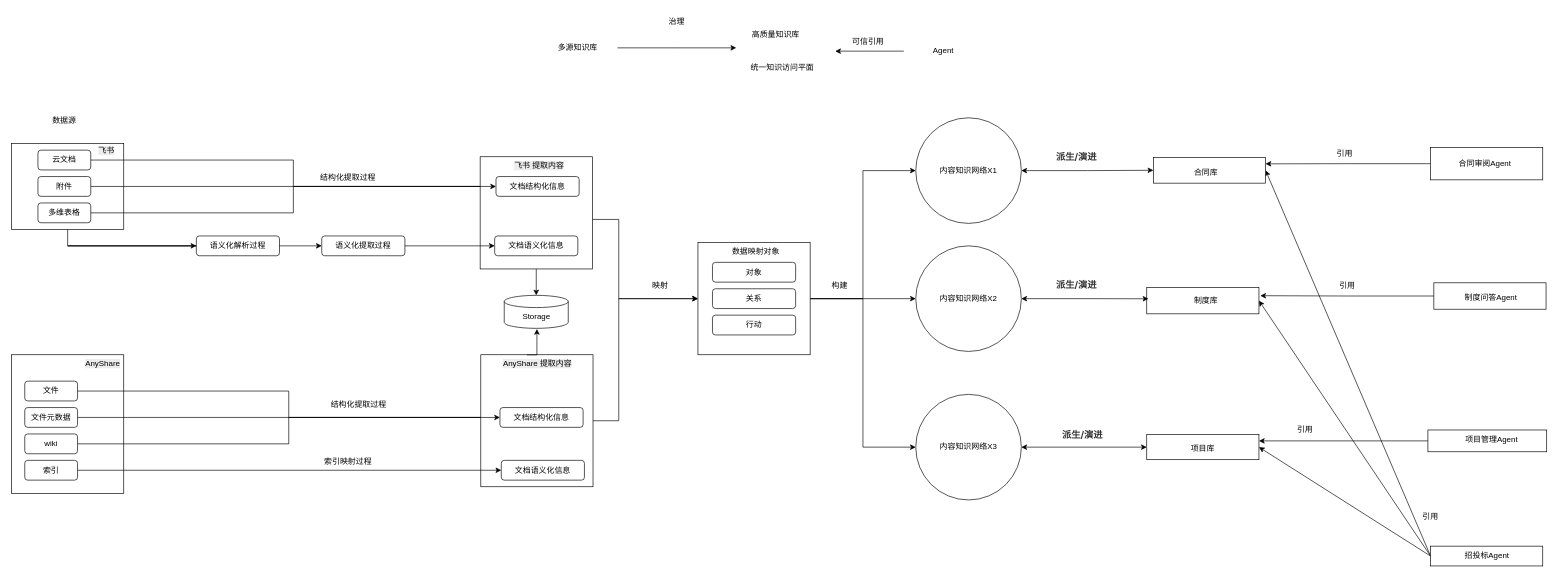
redpoppet/drawio_hub keeps this draw.io diagram as kcenter_agent_back.drawio. Above is the earlier version. Source tidied: cells renumbered, new cells numbered last; positions are measured from the earlier drawing's top-left corner, leaving out a move shared by most shapes. Both pictures are drawn from the tidied source at 66%, with x=0, y=0 at pixel (11, 11).
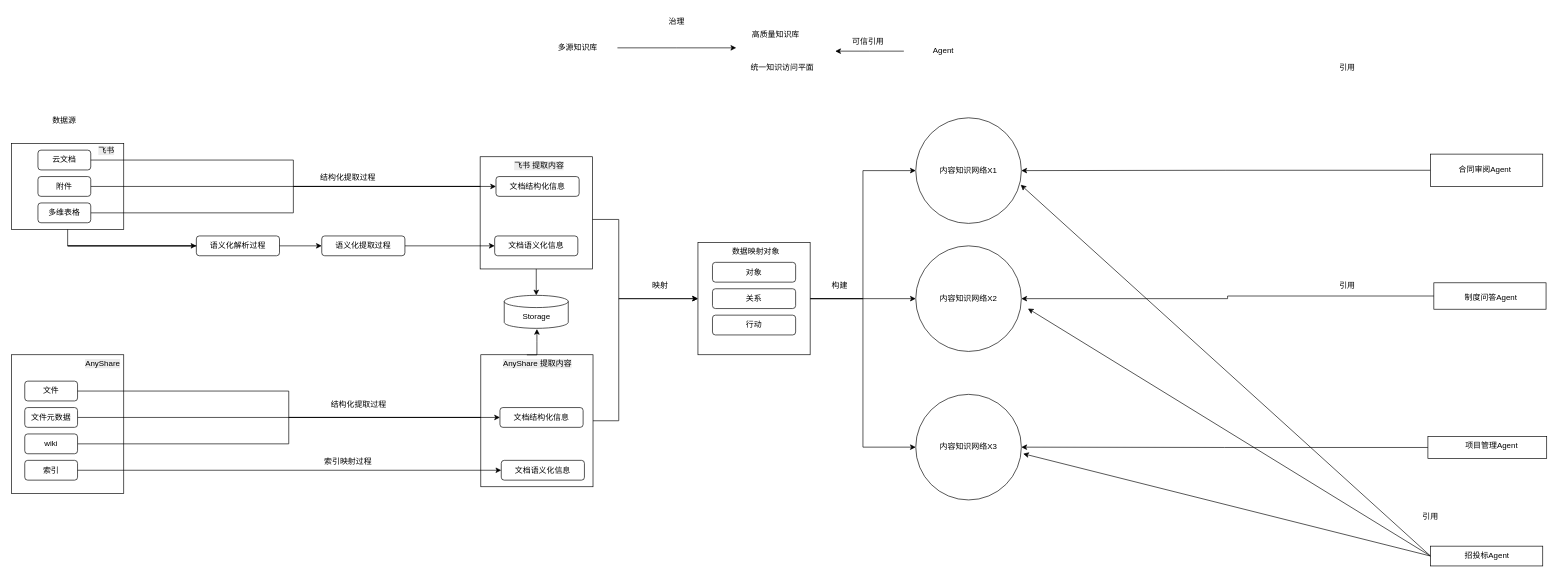
Above is the later version.

The change refers to these unchanged cells:
```xml
<mxCell id="7" value="内容知识网络X1" style="ellipse;whiteSpace=wrap;html=1;" parent="1" vertex="1">
  <mxGeometry x="1370" y="161" width="160" height="160" as="geometry" />
</mxCell>
<mxCell id="47" value="内容知识网络X2" style="ellipse;whiteSpace=wrap;html=1;" parent="1" vertex="1">
  <mxGeometry x="1370" y="355" width="160" height="160" as="geometry" />
</mxCell>
<mxCell id="49" value="内容知识网络X3" style="ellipse;whiteSpace=wrap;html=1;" parent="1" vertex="1">
  <mxGeometry x="1370" y="580" width="160" height="160" as="geometry" />
</mxCell>
<mxCell id="53" style="rounded=0;whiteSpace=wrap;html=1;" parent="1" vertex="1">
  <mxGeometry x="2155" y="411" width="170" height="40" as="geometry" />
</mxCell>
<mxCell id="59" style="rounded=0;whiteSpace=wrap;html=1;" parent="1" vertex="1">
  <mxGeometry x="2150" y="810" width="170" height="30" as="geometry" />
</mxCell>
```

The edit, as a diff of the source:
```diff
@@
-    <mxCell id="6" style="edgeStyle=orthogonalEdgeStyle;rounded=0;jettySize=auto;html=1;endArrow=classic;endFill=1;startArrow=classic;startFill=1;" parent="1" edge="1" source="7" target="39">
-      <mxGeometry relative="1" as="geometry" />
-    </mxCell>
@@
-    <mxCell id="38" style="rounded=0;jettySize=auto;html=1;entryX=0;entryY=0.5;entryDx=0;entryDy=0;exitX=1;exitY=0.5;exitDx=0;exitDy=0;startArrow=classic;startFill=1;endArrow=none;endFill=0;" parent="1" edge="1" source="39" target="59">
+    <mxCell id="38" style="rounded=0;jettySize=auto;html=1;entryX=0;entryY=0.5;entryDx=0;entryDy=0;exitX=0.994;exitY=0.634;exitDx=0;exitDy=0;startArrow=classic;startFill=1;endArrow=none;endFill=0;exitPerimeter=0;" parent="1" edge="1" source="7" target="59">
       <mxGeometry relative="1" as="geometry" />
     </mxCell>
-    <mxCell id="39" style="rounded=0;whiteSpace=wrap;html=1;" parent="1" vertex="1">
-      <mxGeometry x="1730" y="221" width="170" height="39" as="geometry" />
-    </mxCell>
-    <mxCell id="40" value="&lt;div style=&quot;text-align: center;&quot;&gt;合同库&lt;/div&gt;" style="text;whiteSpace=wrap;html=1;" parent="1" vertex="1">
-      <mxGeometry x="1790" y="230" width="90" height="40" as="geometry" />
-    </mxCell>
-    <mxCell id="41" style="rounded=0;jettySize=auto;html=1;entryX=0;entryY=0.5;entryDx=0;entryDy=0;exitX=1;exitY=0.5;exitDx=0;exitDy=0;startArrow=classic;startFill=1;endArrow=none;endFill=0;" parent="1" edge="1" source="42" target="59">
-      <mxGeometry relative="1" as="geometry" />
+    <mxCell id="41" style="rounded=0;jettySize=auto;html=1;entryX=0;entryY=0.5;entryDx=0;entryDy=0;startArrow=classic;startFill=1;endArrow=none;endFill=0;" parent="1" edge="1" target="59">
+      <mxGeometry relative="1" as="geometry">
+        <mxPoint x="1540" y="450" as="sourcePoint" />
+      </mxGeometry>
     </mxCell>
-    <mxCell id="42" style="rounded=0;whiteSpace=wrap;html=1;" parent="1" vertex="1">
-      <mxGeometry x="1720" y="418" width="170" height="40" as="geometry" />
-    </mxCell>
-    <mxCell id="43" value="&lt;div style=&quot;text-align: center;&quot;&gt;制度库&lt;/div&gt;" style="text;whiteSpace=wrap;html=1;" parent="1" vertex="1">
-      <mxGeometry x="1790" y="424" width="90" height="40" as="geometry" />
-    </mxCell>
-    <mxCell id="44" style="rounded=0;jettySize=auto;html=1;entryX=0;entryY=0.5;entryDx=0;entryDy=0;exitX=1;exitY=0.5;exitDx=0;exitDy=0;startArrow=classic;startFill=1;endArrow=none;endFill=0;" parent="1" edge="1" source="45" target="59">
+    <mxCell id="44" style="rounded=0;jettySize=auto;html=1;entryX=0;entryY=0.5;entryDx=0;entryDy=0;exitX=1.017;exitY=0.562;exitDx=0;exitDy=0;startArrow=classic;startFill=1;endArrow=none;endFill=0;exitPerimeter=0;" parent="1" edge="1" source="49" target="59">
       <mxGeometry relative="1" as="geometry" />
     </mxCell>
-    <mxCell id="45" style="rounded=0;whiteSpace=wrap;html=1;" parent="1" vertex="1">
-      <mxGeometry x="1720" y="641" width="170" height="38" as="geometry" />
-    </mxCell>
-    <mxCell id="46" value="&lt;div style=&quot;text-align: center;&quot;&gt;项目库&lt;/div&gt;" style="text;whiteSpace=wrap;html=1;" parent="1" vertex="1">
-      <mxGeometry x="1785" y="648" width="90" height="40" as="geometry" />
-    </mxCell>
@@
-    <mxCell id="48" style="edgeStyle=orthogonalEdgeStyle;rounded=0;jettySize=auto;html=1;startArrow=classic;startFill=1;" parent="1" edge="1" source="49" target="45">
-      <mxGeometry relative="1" as="geometry" />
-    </mxCell>
@@
-    <mxCell id="50" style="edgeStyle=orthogonalEdgeStyle;rounded=0;jettySize=auto;html=1;entryX=1;entryY=0.25;entryDx=0;entryDy=0;" parent="1" edge="1" source="51" target="39">
+    <mxCell id="50" style="edgeStyle=orthogonalEdgeStyle;rounded=0;jettySize=auto;html=1;entryX=1;entryY=0.5;entryDx=0;entryDy=0;" parent="1" edge="1" source="51" target="7">
       <mxGeometry relative="1" as="geometry" />
     </mxCell>
     <mxCell id="51" style="rounded=0;whiteSpace=wrap;html=1;" parent="1" vertex="1">
-      <mxGeometry x="2150" y="206" width="170" height="49" as="geometry" />
+      <mxGeometry x="2150" y="216" width="170" height="49" as="geometry" />
     </mxCell>
     <mxCell id="52" value="&lt;div style=&quot;text-align: center;&quot;&gt;合同审阅Agent&lt;/div&gt;" style="text;whiteSpace=wrap;html=1;" parent="1" vertex="1">
-      <mxGeometry x="2191" y="216" width="90" height="40" as="geometry" />
+      <mxGeometry x="2191" y="226" width="90" height="40" as="geometry" />
     </mxCell>
@@
-    <mxCell id="55" style="edgeStyle=orthogonalEdgeStyle;rounded=0;jettySize=auto;html=1;entryX=1;entryY=0.25;entryDx=0;entryDy=0;" parent="1" edge="1" source="56" target="45">
+    <mxCell id="55" style="edgeStyle=orthogonalEdgeStyle;rounded=0;jettySize=auto;html=1;entryX=1;entryY=0.5;entryDx=0;entryDy=0;" parent="1" edge="1" source="56" target="49">
       <mxGeometry relative="1" as="geometry" />
     </mxCell>
     <mxCell id="56" style="rounded=0;whiteSpace=wrap;html=1;" parent="1" vertex="1">
-      <mxGeometry x="2146" y="634" width="180" height="33" as="geometry" />
+      <mxGeometry x="2146" y="644" width="180" height="33" as="geometry" />
     </mxCell>
     <mxCell id="57" value="&lt;div style=&quot;text-align: center;&quot;&gt;项目管理Agent&lt;/div&gt;" style="text;whiteSpace=wrap;html=1;" parent="1" vertex="1">
-      <mxGeometry x="2201" y="634" width="90" height="40" as="geometry" />
+      <mxGeometry x="2201" y="644" width="90" height="40" as="geometry" />
     </mxCell>
@@
-    <mxCell id="61" style="edgeStyle=orthogonalEdgeStyle;rounded=0;jettySize=auto;html=1;entryX=1.012;entryY=0.313;entryDx=0;entryDy=0;entryPerimeter=0;" parent="1" edge="1" source="53" target="42">
+    <mxCell id="61" style="edgeStyle=orthogonalEdgeStyle;rounded=0;jettySize=auto;html=1;entryX=1;entryY=0.5;entryDx=0;entryDy=0;" parent="1" edge="1" source="53" target="47">
       <mxGeometry relative="1" as="geometry" />
     </mxCell>
-    <mxCell id="62" style="edgeStyle=orthogonalEdgeStyle;rounded=0;jettySize=auto;html=1;entryX=0.015;entryY=0.43;entryDx=0;entryDy=0;entryPerimeter=0;startArrow=classic;startFill=1;" parent="1" edge="1" source="47" target="42">
-      <mxGeometry relative="1" as="geometry" />
-    </mxCell>
@@
     <mxCell id="85" value="引用" style="text;html=1;whiteSpace=wrap;strokeColor=none;fillColor=none;align=center;verticalAlign=middle;rounded=0;" parent="1" vertex="1">
-      <mxGeometry x="1990" y="200" width="60" height="30" as="geometry" />
+      <mxGeometry x="1994" y="70" width="60" height="30" as="geometry" />
     </mxCell>
@@
-    <mxCell id="87" value="引用" style="text;html=1;whiteSpace=wrap;strokeColor=none;fillColor=none;align=center;verticalAlign=middle;rounded=0;" parent="1" vertex="1">
-      <mxGeometry x="1930" y="618" width="60" height="30" as="geometry" />
-    </mxCell>
@@
-    <mxCell id="91" value="&lt;strong style=&quot;margin: 0px; box-sizing: border-box; caret-color: rgba(26, 26, 26, 0.88); color: rgba(26, 26, 26, 0.88); font-family: -apple-system, BlinkMacSystemFont, &amp;quot;Segoe UI&amp;quot;, Roboto, &amp;quot;Helvetica Neue&amp;quot;, Arial, &amp;quot;Noto Sans&amp;quot;, sans-serif, &amp;quot;Apple Color Emoji&amp;quot;, &amp;quot;Segoe UI Emoji&amp;quot;, &amp;quot;Segoe UI Symbol&amp;quot;, &amp;quot;Noto Color Emoji&amp;quot;; font-size: 14px; font-style: normal; font-variant-caps: normal; letter-spacing: normal; orphans: 2; text-align: start; text-indent: 0px; text-transform: none; white-space: normal; widows: 2; word-spacing: 0px; -webkit-text-stroke-width: 0px; text-decoration-line: none; text-decoration-thickness: auto; text-decoration-style: solid;&quot;&gt;派生/演进&lt;/strong&gt;" style="text;whiteSpace=wrap;html=1;" parent="1" vertex="1">
-      <mxGeometry x="1580.5" y="206" width="100" height="40" as="geometry" />
-    </mxCell>
-    <mxCell id="92" value="&lt;strong style=&quot;margin: 0px; box-sizing: border-box; caret-color: rgba(26, 26, 26, 0.88); color: rgba(26, 26, 26, 0.88); font-family: -apple-system, BlinkMacSystemFont, &amp;quot;Segoe UI&amp;quot;, Roboto, &amp;quot;Helvetica Neue&amp;quot;, Arial, &amp;quot;Noto Sans&amp;quot;, sans-serif, &amp;quot;Apple Color Emoji&amp;quot;, &amp;quot;Segoe UI Emoji&amp;quot;, &amp;quot;Segoe UI Symbol&amp;quot;, &amp;quot;Noto Color Emoji&amp;quot;; font-size: 14px; font-style: normal; font-variant-caps: normal; letter-spacing: normal; orphans: 2; text-align: start; text-indent: 0px; text-transform: none; white-space: normal; widows: 2; word-spacing: 0px; -webkit-text-stroke-width: 0px; text-decoration-line: none; text-decoration-thickness: auto; text-decoration-style: solid;&quot;&gt;派生/演进&lt;/strong&gt;" style="text;whiteSpace=wrap;html=1;" parent="1" vertex="1">
-      <mxGeometry x="1581" y="400" width="100" height="40" as="geometry" />
-    </mxCell>
-    <mxCell id="93" value="&lt;strong style=&quot;margin: 0px; box-sizing: border-box; caret-color: rgba(26, 26, 26, 0.88); color: rgba(26, 26, 26, 0.88); font-family: -apple-system, BlinkMacSystemFont, &amp;quot;Segoe UI&amp;quot;, Roboto, &amp;quot;Helvetica Neue&amp;quot;, Arial, &amp;quot;Noto Sans&amp;quot;, sans-serif, &amp;quot;Apple Color Emoji&amp;quot;, &amp;quot;Segoe UI Emoji&amp;quot;, &amp;quot;Segoe UI Symbol&amp;quot;, &amp;quot;Noto Color Emoji&amp;quot;; font-size: 14px; font-style: normal; font-variant-caps: normal; letter-spacing: normal; orphans: 2; text-align: start; text-indent: 0px; text-transform: none; white-space: normal; widows: 2; word-spacing: 0px; -webkit-text-stroke-width: 0px; text-decoration-line: none; text-decoration-thickness: auto; text-decoration-style: solid;&quot;&gt;派生/演进&lt;/strong&gt;" style="text;whiteSpace=wrap;html=1;" parent="1" vertex="1">
-      <mxGeometry x="1590" y="627" width="100" height="40" as="geometry" />
-    </mxCell>
```
